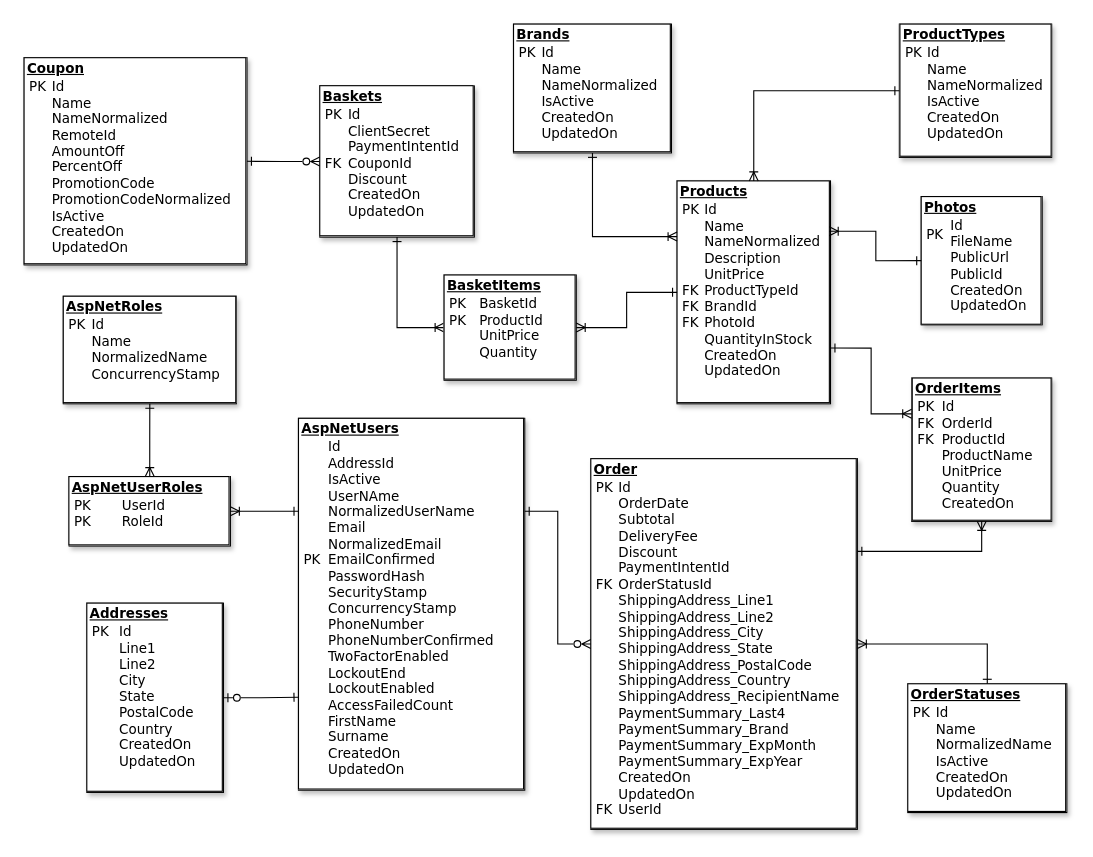
This is docs/DbDiagram.drawio from franco-diaz-licham/eCommerceApp, a draw.io file, before an edit. Source tidied: cells renumbered, new cells numbered last; positions are measured from the earlier drawing's top-left corner, leaving out a move shared by most shapes. Both pictures are drawn from the tidied source at 112%, with x=0, y=0 at pixel (24, 24).
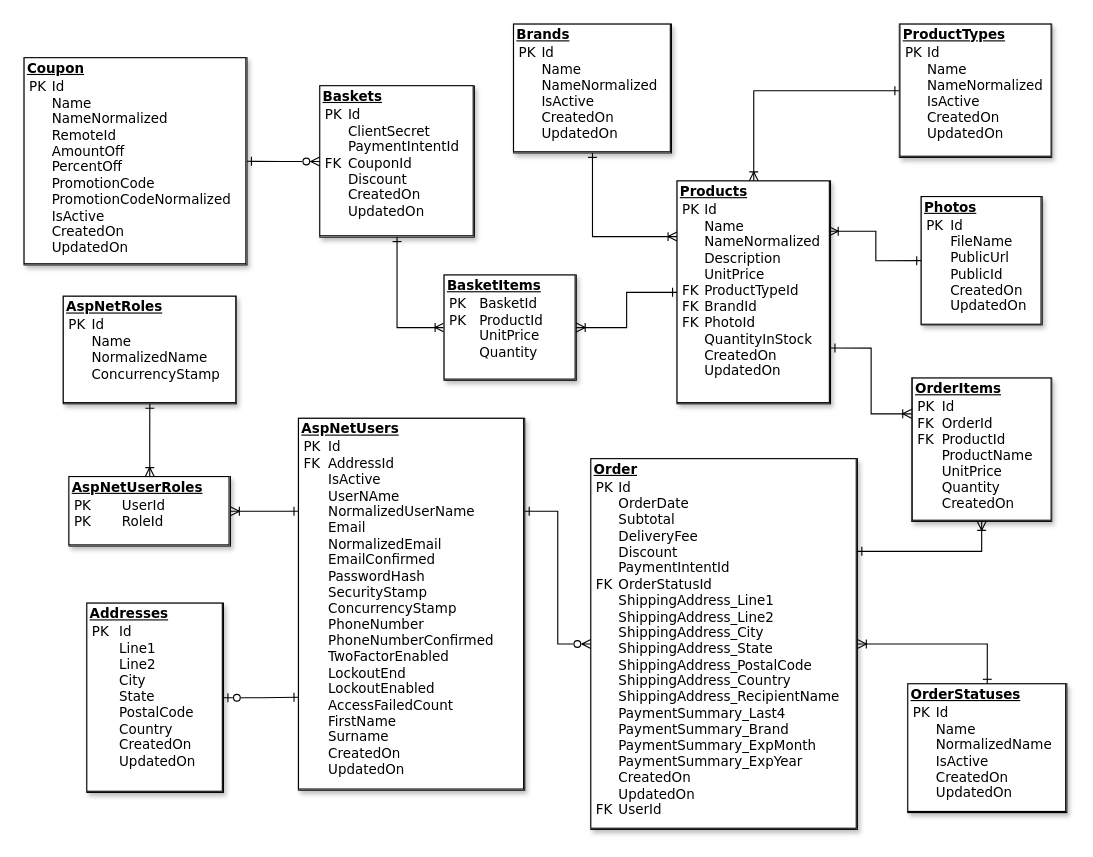
After the change.

Commit message (it also covers changes not shown here):
Fixed db diagram to reflect newest changes

Change to the diagram source:
```diff
@@
-    <mxCell id="9" value="&lt;div style=&quot;box-sizing: border-box; width: 100%; background-image: initial; background-position: initial; background-size: initial; background-repeat: initial; background-attachment: initial; background-origin: initial; background-clip: initial; padding: 2px;&quot;&gt;&lt;b&gt;&lt;u&gt;Photos&lt;/u&gt;&lt;/b&gt;&lt;table style=&quot;font-size: 1em; width: 100%;&quot; cellpadding=&quot;2&quot; cellspacing=&quot;0&quot;&gt;&lt;tbody&gt;&lt;tr&gt;&lt;td&gt;PK&lt;br&gt;&lt;br&gt;&lt;br&gt;&lt;br&gt;&lt;br&gt;&lt;br&gt;&lt;/td&gt;&lt;td&gt;Id&lt;br&gt;FileName&lt;br&gt;PublicUrl&lt;br&gt;PublicId&lt;br&gt;CreatedOn&lt;br&gt;UpdatedOn&lt;br&gt;&lt;br&gt;&lt;/td&gt;&lt;/tr&gt;&lt;/tbody&gt;&lt;/table&gt;&lt;/div&gt;" style="verticalAlign=top;align=left;overflow=fill;html=1;rounded=0;shadow=1;comic=0;labelBackgroundColor=default;strokeWidth=1;fontFamily=Verdana;fontSize=12;labelBorderColor=default;" parent="1" vertex="1">
+    <mxCell id="9" value="&lt;div style=&quot;box-sizing: border-box; width: 100%; background-image: initial; background-position: initial; background-size: initial; background-repeat: initial; background-attachment: initial; background-origin: initial; background-clip: initial; padding: 2px;&quot;&gt;&lt;b&gt;&lt;u&gt;Photos&lt;/u&gt;&lt;/b&gt;&lt;table style=&quot;font-size: 1em; width: 100%;&quot; cellpadding=&quot;2&quot; cellspacing=&quot;0&quot;&gt;&lt;tbody&gt;&lt;tr&gt;&lt;td&gt;PK&lt;br&gt;&lt;br&gt;&lt;br&gt;&lt;br&gt;&lt;br&gt;&lt;br&gt;&lt;br&gt;&lt;/td&gt;&lt;td&gt;Id&lt;br&gt;FileName&lt;br&gt;PublicUrl&lt;br&gt;PublicId&lt;br&gt;CreatedOn&lt;br&gt;UpdatedOn&lt;br&gt;&lt;br&gt;&lt;/td&gt;&lt;/tr&gt;&lt;/tbody&gt;&lt;/table&gt;&lt;/div&gt;" style="verticalAlign=top;align=left;overflow=fill;html=1;rounded=0;shadow=1;comic=0;labelBackgroundColor=default;strokeWidth=1;fontFamily=Verdana;fontSize=12;labelBorderColor=default;" parent="1" vertex="1">
       <mxGeometry x="801" y="154" width="108" height="114.5" as="geometry" />
     </mxCell>
@@
-    <mxCell id="18" value="&lt;div style=&quot;box-sizing: border-box; width: 100%; background-image: initial; background-position: initial; background-size: initial; background-repeat: initial; background-attachment: initial; background-origin: initial; background-clip: initial; padding: 2px;&quot;&gt;&lt;b&gt;&lt;u&gt;AspNetUsers&lt;/u&gt;&lt;/b&gt;&lt;table style=&quot;font-size: 1em; width: 100%;&quot; cellpadding=&quot;2&quot; cellspacing=&quot;0&quot;&gt;&lt;tbody&gt;&lt;tr&gt;&lt;td&gt;PK&lt;br&gt;&lt;br&gt;&lt;br&gt;&lt;br&gt;&lt;br&gt;&lt;br&gt;&lt;br&gt;&lt;/td&gt;&lt;td&gt;Id&lt;br&gt;AddressId&lt;br&gt;IsActive&lt;br&gt;UserNAme&lt;br&gt;NormalizedUserName&lt;br&gt;Email&lt;br&gt;NormalizedEmail&lt;br&gt;EmailConfirmed&lt;br&gt;PasswordHash&lt;br&gt;SecurityStamp&lt;br&gt;ConcurrencyStamp&lt;br&gt;PhoneNumber&lt;br&gt;PhoneNumberConfirmed&lt;br&gt;TwoFactorEnabled&lt;br&gt;LockoutEnd&lt;br&gt;LockoutEnabled&lt;br&gt;AccessFailedCount&lt;br&gt;FirstName&lt;br&gt;Surname&lt;br&gt;CreatedOn&lt;br&gt;UpdatedOn&lt;br&gt;&lt;/td&gt;&lt;/tr&gt;&lt;/tbody&gt;&lt;/table&gt;&lt;/div&gt;" style="verticalAlign=top;align=left;overflow=fill;html=1;rounded=0;shadow=1;comic=0;labelBackgroundColor=default;strokeWidth=1;fontFamily=Verdana;fontSize=12;labelBorderColor=default;" parent="1" vertex="1">
+    <mxCell id="18" value="&lt;div style=&quot;box-sizing: border-box; width: 100%; background-image: initial; background-position: initial; background-size: initial; background-repeat: initial; background-attachment: initial; background-origin: initial; background-clip: initial; padding: 2px;&quot;&gt;&lt;b&gt;&lt;u&gt;AspNetUsers&lt;/u&gt;&lt;/b&gt;&lt;table style=&quot;font-size: 1em; width: 100%;&quot; cellpadding=&quot;2&quot; cellspacing=&quot;0&quot;&gt;&lt;tbody&gt;&lt;tr&gt;&lt;td&gt;PK&lt;br&gt;FK&lt;br&gt;&lt;br&gt;&lt;br&gt;&lt;br&gt;&lt;br&gt;&lt;br&gt;&lt;br&gt;&lt;br&gt;&lt;br&gt;&lt;br&gt;&lt;br&gt;&lt;br&gt;&lt;br&gt;&lt;br&gt;&lt;br&gt;&lt;br&gt;&lt;br&gt;&lt;br&gt;&lt;br&gt;&lt;br&gt;&lt;/td&gt;&lt;td&gt;Id&lt;br&gt;AddressId&lt;br&gt;IsActive&lt;br&gt;UserNAme&lt;br&gt;NormalizedUserName&lt;br&gt;Email&lt;br&gt;NormalizedEmail&lt;br&gt;EmailConfirmed&lt;br&gt;PasswordHash&lt;br&gt;SecurityStamp&lt;br&gt;ConcurrencyStamp&lt;br&gt;PhoneNumber&lt;br&gt;PhoneNumberConfirmed&lt;br&gt;TwoFactorEnabled&lt;br&gt;LockoutEnd&lt;br&gt;LockoutEnabled&lt;br&gt;AccessFailedCount&lt;br&gt;FirstName&lt;br&gt;Surname&lt;br&gt;CreatedOn&lt;br&gt;UpdatedOn&lt;br&gt;&lt;/td&gt;&lt;/tr&gt;&lt;/tbody&gt;&lt;/table&gt;&lt;/div&gt;" style="verticalAlign=top;align=left;overflow=fill;html=1;rounded=0;shadow=1;comic=0;labelBackgroundColor=default;strokeWidth=1;fontFamily=Verdana;fontSize=12;labelBorderColor=default;" parent="1" vertex="1">
       <mxGeometry x="245" y="352" width="202" height="332" as="geometry" />
     </mxCell>
```
